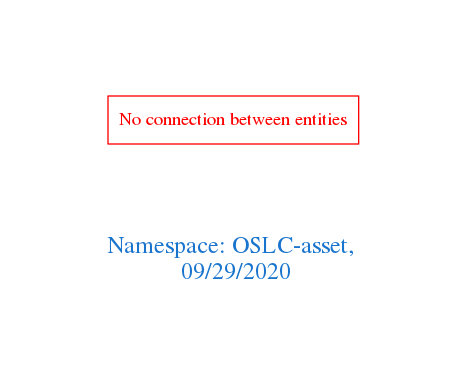
Before: downloads/OSLC-asset.png, a diagram exported from Graphviz (arago/OGIT). Its source is kept beside it as downloads/OSLC-asset.dot.
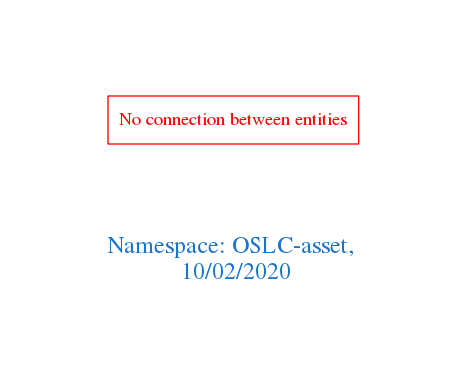
The same diagram one commit later.

Change to the diagram source:
```diff
@@ -1,7 +1,7 @@
 digraph OGIT_ontology {
  graph [ rankdir= LR,pad=1
 fontsize = 18,
-fontcolor= dodgerblue3,label = "\n\n\nNamespace: OSLC-asset, \n 09/29/2020"];
+fontcolor= dodgerblue3,label = "\n\n\nNamespace: OSLC-asset, \n 10/02/2020"];
 node[shape=polygon];
 edge [  color="gray81"];
 
```
